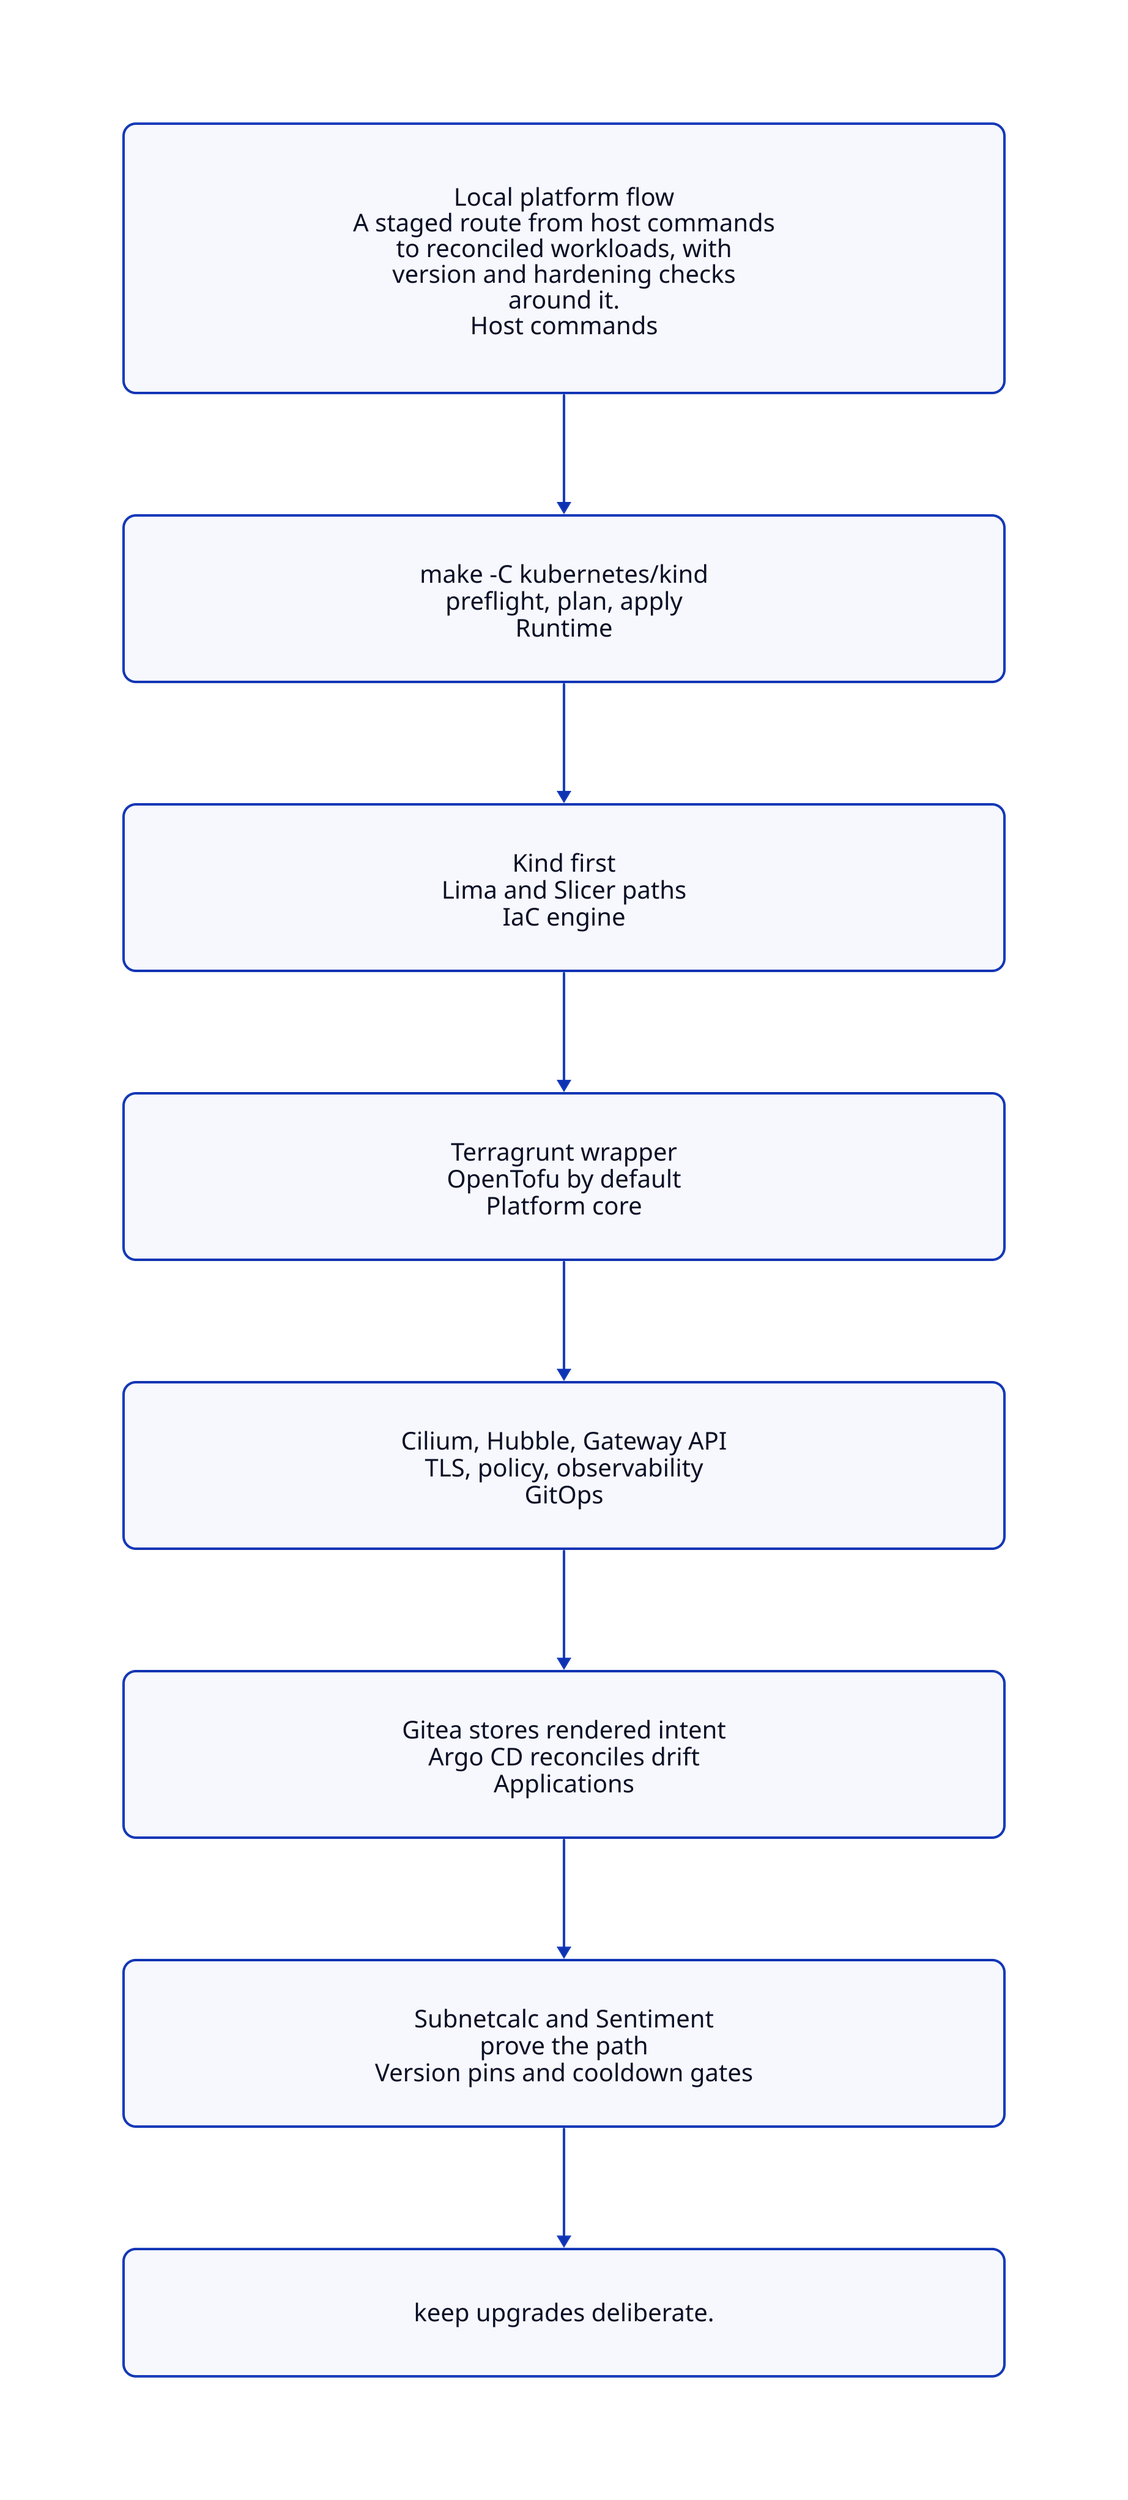
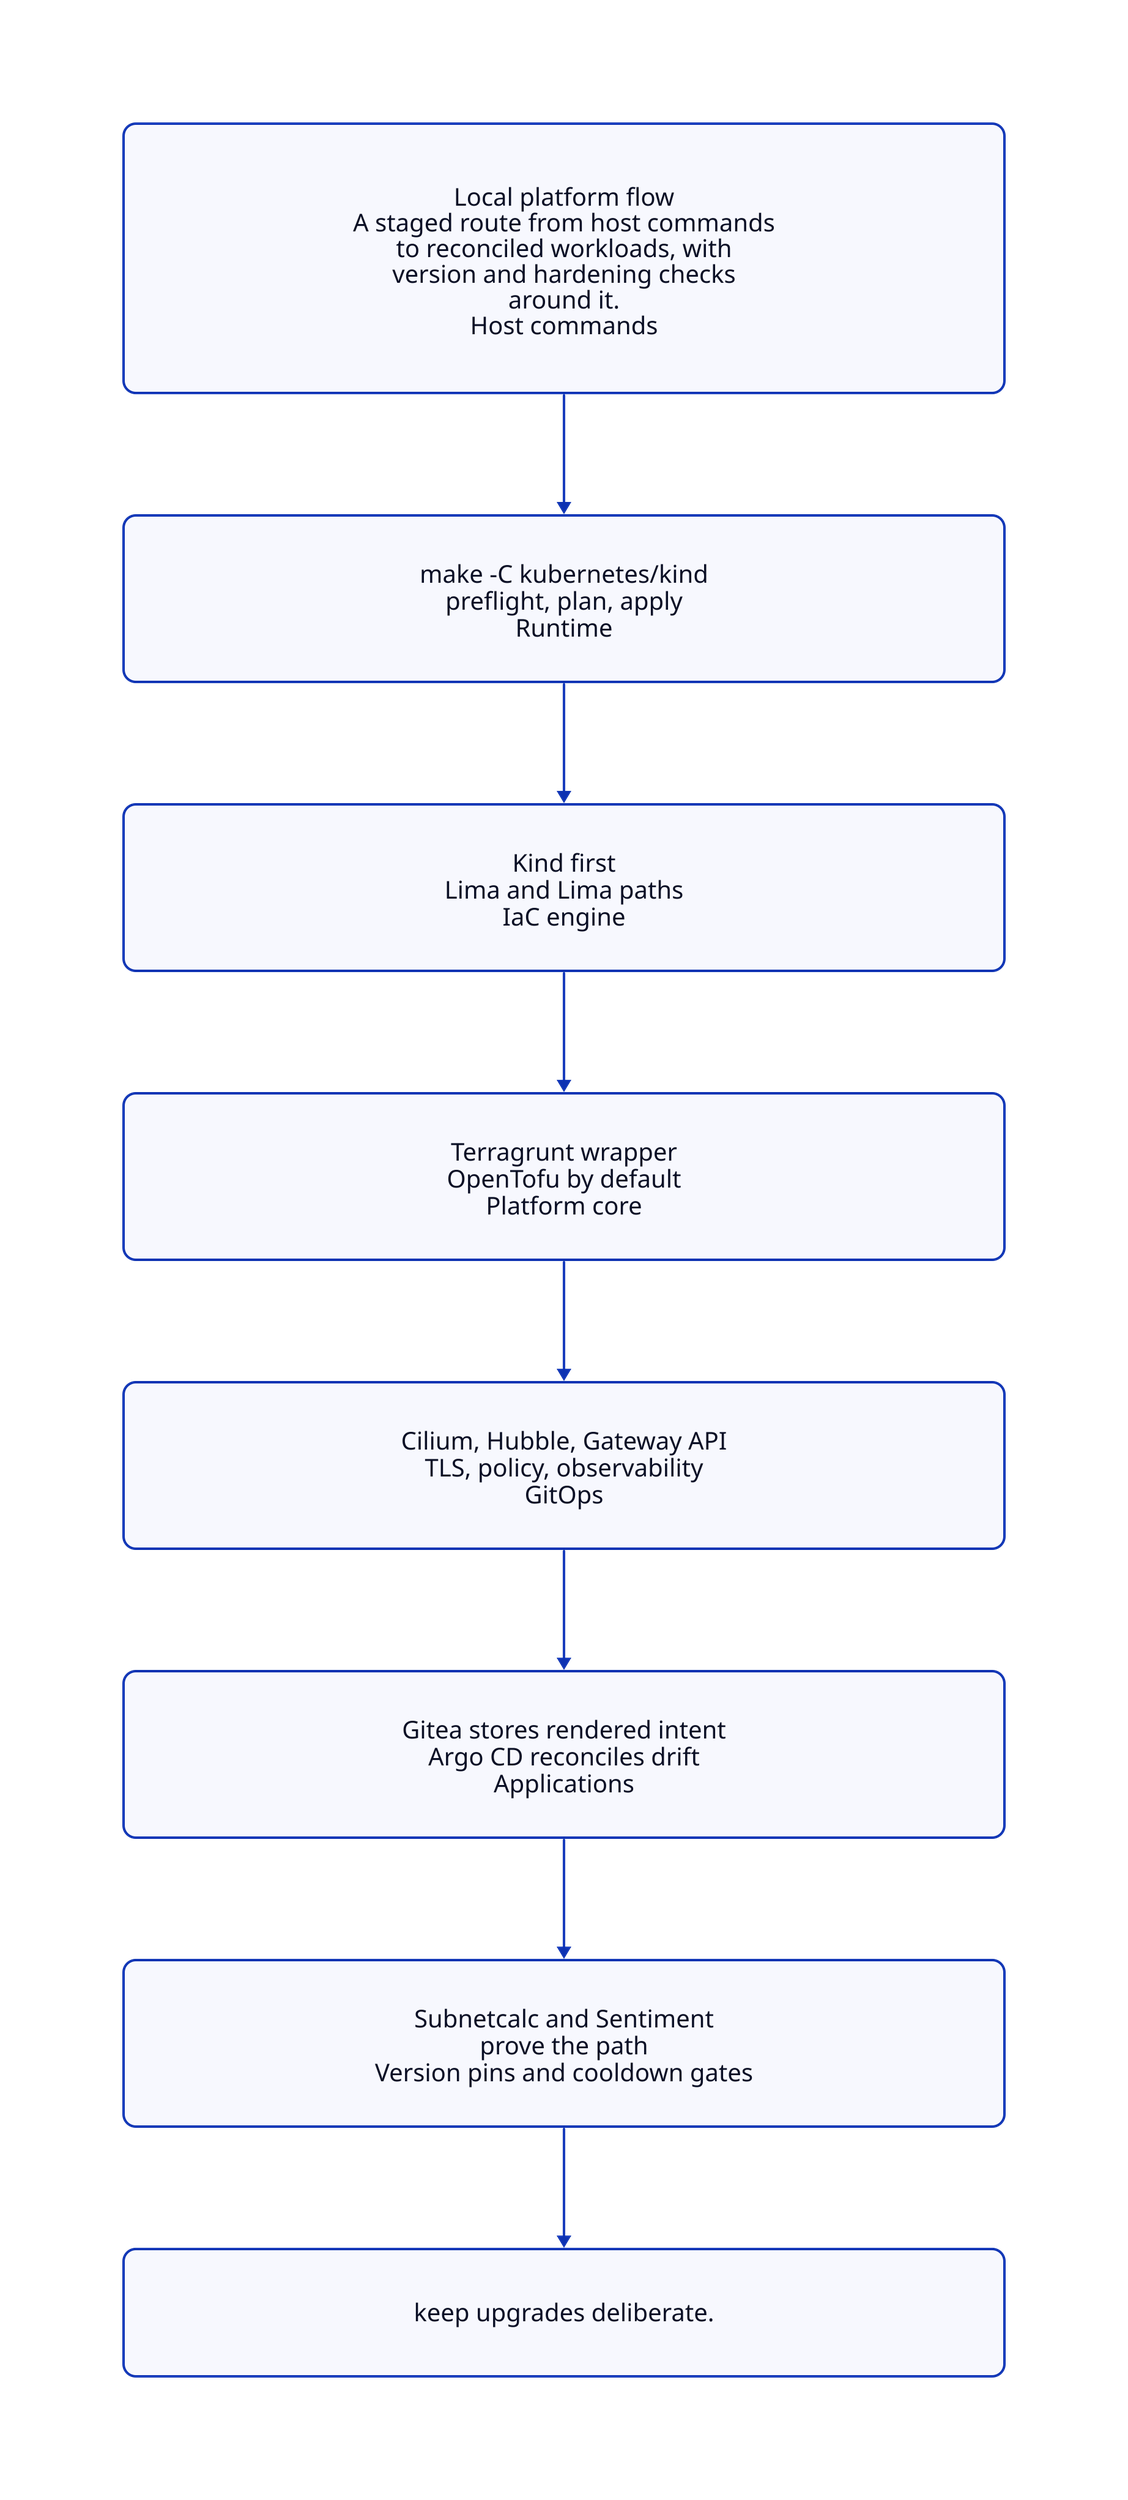
# Auto-migrated D2 source for /diagrams/generated/index-1-light.svg.
# Replace labels/edges here when improving the diagram; do not edit rendered SVG.
# @light public/diagrams/generated/index-1-light.svg
# @dark public/diagrams/generated/index-1-dark.svg
# @layout elk
# @pad 64

direction: down

style.fill: transparent

n01: {
  label: "Local platform flow\nA staged route from host commands\nto reconciled workloads, with\nversion and hardening checks\naround it.\nHost commands"
  width: 720
  height: 220
  style.font-size: 20
  style.border-radius: 10
}

n02: {
  label: "make -C kubernetes/kind\npreflight, plan, apply\nRuntime"
  width: 720
  height: 136
  style.font-size: 20
  style.border-radius: 10
}

n03: {
-   label: "Kind first\nLima and Slicer paths\nIaC engine"
+   label: "Kind first\nLima and Lima paths\nIaC engine"
  width: 720
  height: 136
  style.font-size: 20
  style.border-radius: 10
}

n04: {
  label: "Terragrunt wrapper\nOpenTofu by default\nPlatform core"
  width: 720
  height: 136
  style.font-size: 20
  style.border-radius: 10
}

n05: {
  label: "Cilium, Hubble, Gateway API\nTLS, policy, observability\nGitOps"
  width: 720
  height: 136
  style.font-size: 20
  style.border-radius: 10
}

n06: {
  label: "Gitea stores rendered intent\nArgo CD reconciles drift\nApplications"
  width: 720
  height: 136
  style.font-size: 20
  style.border-radius: 10
}

n07: {
  label: "Subnetcalc and Sentiment\nprove the path\nVersion pins and cooldown gates"
  width: 720
  height: 136
  style.font-size: 20
  style.border-radius: 10
}

n08: {
  label: "keep upgrades deliberate."
  width: 720
  height: 104
  style.font-size: 20
  style.border-radius: 10
}

n01 -> n02
n02 -> n03
n03 -> n04
n04 -> n05
n05 -> n06
n06 -> n07
n07 -> n08
